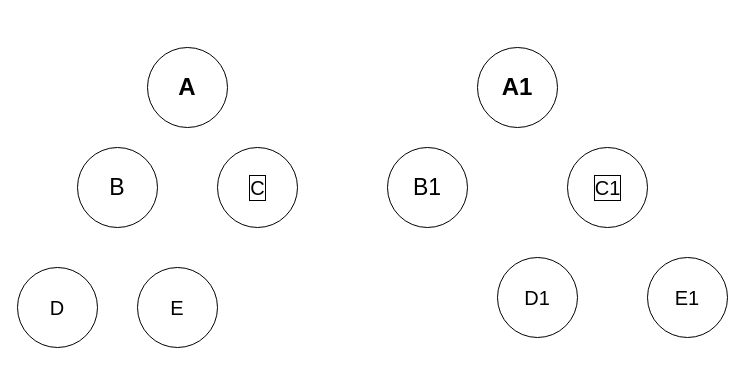
PhilRandWu/Algorithm_code_ts keeps this draw.io diagram as src/图解.dio. Above is the earlier version. Source tidied: cells renumbered, new cells numbered last; positions are measured from the earlier drawing's top-left corner, leaving out a move shared by most shapes. Both pictures are drawn from the tidied source at 100%, with x=0, y=0 at pixel (17, 47).
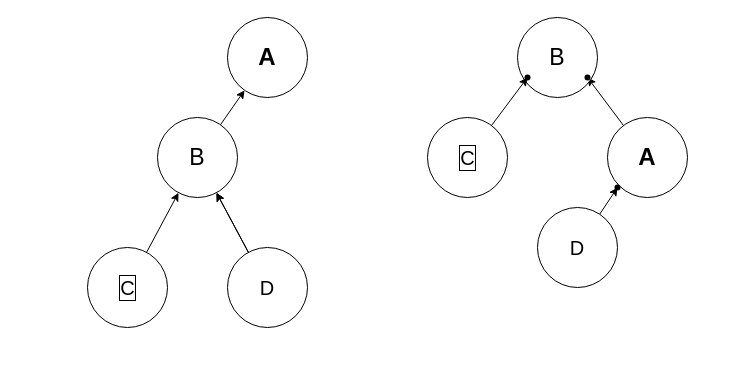
The same page after the edit.

Commit message:
二叉树的单旋

Diff of the diagram source:
```diff
@@
 <mxGraphModel>
   <root>
     <mxCell id="0" />
     <mxCell id="1" parent="0" />
     <mxCell id="2" value="&lt;h1&gt;A&lt;/h1&gt;" style="ellipse;whiteSpace=wrap;html=1;" parent="1" vertex="1">
-      <mxGeometry x="130" width="80" height="80" as="geometry" />
+      <mxGeometry x="210" y="-30" width="80" height="80" as="geometry" />
     </mxCell>
+    <mxCell id="12" style="edgeStyle=none;html=1;" parent="1" edge="1" source="3" target="2">
+      <mxGeometry relative="1" as="geometry" />
+    </mxCell>
     <mxCell id="3" value="B" style="ellipse;whiteSpace=wrap;html=1;fontStyle=0;fontSize=23;" parent="1" vertex="1">
-      <mxGeometry x="60" y="100" width="80" height="80" as="geometry" />
+      <mxGeometry x="140" y="70" width="80" height="80" as="geometry" />
     </mxCell>
+    <mxCell id="13" style="edgeStyle=none;html=1;" parent="1" edge="1" source="4" target="3">
+      <mxGeometry relative="1" as="geometry" />
+    </mxCell>
     <mxCell id="4" value="C" style="ellipse;html=1;fontSize=20;labelBorderColor=default;" parent="1" vertex="1">
-      <mxGeometry x="200" y="100" width="80" height="80" as="geometry" />
+      <mxGeometry x="70" y="200" width="80" height="80" as="geometry" />
     </mxCell>
+    <mxCell id="14" style="edgeStyle=none;html=1;" parent="1" edge="1" source="5" target="3">
+      <mxGeometry relative="1" as="geometry" />
+    </mxCell>
+    <mxCell id="15" style="edgeStyle=none;html=1;" parent="1" edge="1" source="5" target="3">
+      <mxGeometry relative="1" as="geometry" />
+    </mxCell>
     <mxCell id="5" value="D" style="ellipse;whiteSpace=wrap;html=1;fontSize=20;" parent="1" vertex="1">
-      <mxGeometry y="220" width="80" height="80" as="geometry" />
+      <mxGeometry x="210" y="200" width="80" height="80" as="geometry" />
     </mxCell>
-    <mxCell id="6" value="E" style="ellipse;whiteSpace=wrap;html=1;fontSize=20;" parent="1" vertex="1">
-      <mxGeometry x="120" y="220" width="80" height="80" as="geometry" />
-    </mxCell>
-    <mxCell id="7" value="&lt;h1&gt;A1&lt;/h1&gt;" style="ellipse;whiteSpace=wrap;html=1;" parent="1" vertex="1">
-      <mxGeometry x="460" width="80" height="80" as="geometry" />
-    </mxCell>
-    <mxCell id="8" value="B1" style="ellipse;whiteSpace=wrap;html=1;fontStyle=0;fontSize=23;" parent="1" vertex="1">
-      <mxGeometry x="370" y="100" width="80" height="80" as="geometry" />
-    </mxCell>
-    <mxCell id="9" value="C1" style="ellipse;html=1;fontSize=20;labelBorderColor=default;" parent="1" vertex="1">
-      <mxGeometry x="550" y="100" width="80" height="80" as="geometry" />
-    </mxCell>
-    <mxCell id="10" value="D1" style="ellipse;whiteSpace=wrap;html=1;fontSize=20;" parent="1" vertex="1">
-      <mxGeometry x="480" y="210" width="80" height="80" as="geometry" />
-    </mxCell>
-    <mxCell id="11" value="E1" style="ellipse;whiteSpace=wrap;html=1;fontSize=20;" parent="1" vertex="1">
-      <mxGeometry x="630" y="210" width="80" height="80" as="geometry" />
-    </mxCell>
+    <mxCell id="16" style="edgeStyle=none;html=1;" parent="1" edge="1" source="17" target="23">
+      <mxGeometry relative="1" as="geometry" />
+    </mxCell>
+    <mxCell id="17" value="&lt;h1&gt;A&lt;/h1&gt;" style="ellipse;whiteSpace=wrap;html=1;" parent="1" vertex="1">
+      <mxGeometry x="590" y="70" width="80" height="80" as="geometry" />
+    </mxCell>
+    <mxCell id="18" value="B" style="ellipse;whiteSpace=wrap;html=1;fontStyle=0;fontSize=23;" parent="1" vertex="1">
+      <mxGeometry x="500" y="-30" width="80" height="80" as="geometry" />
+    </mxCell>
+    <mxCell id="19" style="edgeStyle=none;html=1;" parent="1" edge="1" source="20" target="24">
+      <mxGeometry relative="1" as="geometry" />
+    </mxCell>
+    <mxCell id="20" value="C" style="ellipse;html=1;fontSize=20;labelBorderColor=default;" parent="1" vertex="1">
+      <mxGeometry x="410" y="70" width="80" height="80" as="geometry" />
+    </mxCell>
+    <mxCell id="21" style="edgeStyle=none;html=1;" parent="1" edge="1" source="22" target="25">
+      <mxGeometry relative="1" as="geometry" />
+    </mxCell>
+    <mxCell id="22" value="D" style="ellipse;whiteSpace=wrap;html=1;fontSize=20;" parent="1" vertex="1">
+      <mxGeometry x="520" y="160" width="80" height="80" as="geometry" />
+    </mxCell>
+    <mxCell id="23" style="shape=waypoint;sketch=0;size=6;points=[];fillColor=default;perimeter=centerPerimeter;snapToPoint=1;" parent="1" vertex="1">
+      <mxGeometry x="550" y="10" width="40" height="40" as="geometry" />
+    </mxCell>
+    <mxCell id="24" style="shape=waypoint;sketch=0;size=6;points=[];fillColor=default;perimeter=centerPerimeter;snapToPoint=1;fontSize=20;labelBorderColor=default;" parent="1" vertex="1">
+      <mxGeometry x="490" y="10" width="40" height="40" as="geometry" />
+    </mxCell>
+    <mxCell id="25" style="shape=waypoint;sketch=0;size=6;points=[];fillColor=default;perimeter=centerPerimeter;snapToPoint=1;fontSize=20;" parent="1" vertex="1">
+      <mxGeometry x="580" y="120" width="40" height="40" as="geometry" />
+    </mxCell>
   </root>
 </mxGraphModel>
```
